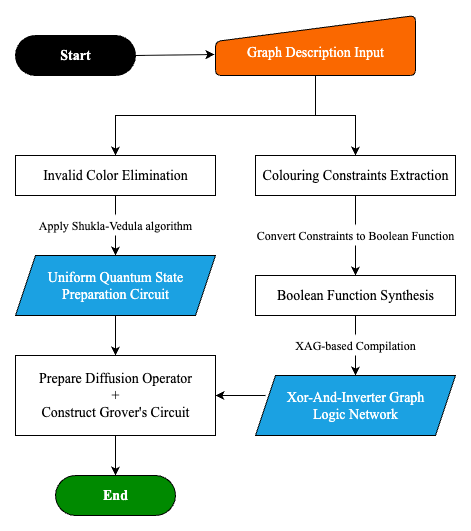
This is docs/vcgc_workflow.png from TheBarzani/logique, a draw.io export, as it was before one commit. Source tidied: cells renumbered, new cells last; positions are measured from the earlier drawing's top-left corner, leaving out a move shared by most shapes.
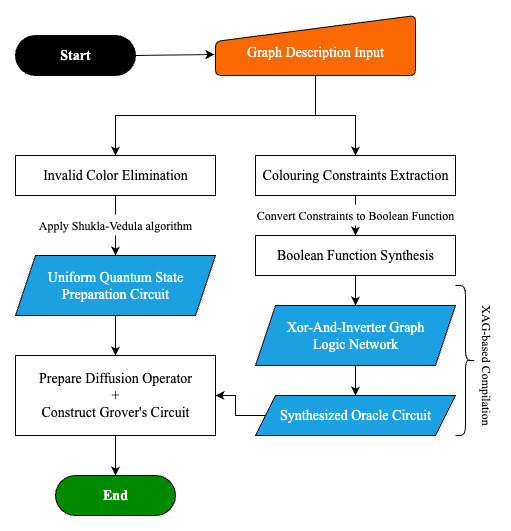
Above is the later version.

The edit, as a diff of the source:
```diff
@@ -2,25 +2,28 @@
   <root>
     <mxCell id="0" />
     <mxCell id="1" parent="0" />
-    <mxCell id="2" style="group;fontFamily=Times New Roman;fontSize=14;" parent="1" vertex="1">
-      <mxGeometry width="440" height="500" as="geometry" />
-    </mxCell>
+    <mxCell id="24" style="group;" parent="1" vertex="1">
+      <mxGeometry width="480" height="500" as="geometry" />
+    </mxCell>
-    <mxCell id="3" value="&lt;font style=&quot;color: rgb(255, 255, 255);&quot;&gt;&lt;b&gt;Start&lt;/b&gt;&lt;/font&gt;" style="html=1;dashed=0;whiteSpace=wrap;shape=mxgraph.dfd.start;fillColor=#000000;fontColor=#ffffff;strokeColor=#000000;fontFamily=Times New Roman;fontSize=14;" parent="2" vertex="1">
+    <mxCell id="3" value="&lt;font style=&quot;color: rgb(255, 255, 255);&quot;&gt;&lt;b&gt;Start&lt;/b&gt;&lt;/font&gt;" style="html=1;dashed=0;whiteSpace=wrap;shape=mxgraph.dfd.start;fillColor=#000000;fontColor=#ffffff;strokeColor=#000000;fontFamily=Times New Roman;fontSize=14;" parent="24" vertex="1">
       <mxGeometry y="20" width="120" height="40" as="geometry" />
     </mxCell>
-    <mxCell id="4" value="&lt;b&gt;&lt;font style=&quot;color: rgb(255, 255, 255);&quot;&gt;End&lt;/font&gt;&lt;/b&gt;" style="html=1;dashed=0;whiteSpace=wrap;shape=mxgraph.dfd.start;fillColor=#008a00;fontColor=#ffffff;strokeColor=#000000;fontFamily=Times New Roman;fontSize=14;" parent="2" vertex="1">
+    <mxCell id="4" value="&lt;b&gt;&lt;font style=&quot;color: rgb(255, 255, 255);&quot;&gt;End&lt;/font&gt;&lt;/b&gt;" style="html=1;dashed=0;whiteSpace=wrap;shape=mxgraph.dfd.start;fillColor=#008a00;fontColor=#ffffff;strokeColor=#000000;fontFamily=Times New Roman;fontSize=14;" parent="24" vertex="1">
       <mxGeometry x="40" y="460" width="120" height="40" as="geometry" />
     </mxCell>
-    <mxCell id="5" value="&lt;font&gt;Graph Description Input&lt;/font&gt;" style="html=1;strokeWidth=1;shape=manualInput;whiteSpace=wrap;rounded=1;size=26;arcSize=11;spacing=2;spacingBottom=-13;fillColor=#fa6800;fontColor=#FFFFFF;strokeColor=#000000;fontFamily=Times New Roman;fontSize=14;" parent="2" vertex="1">
+    <mxCell id="5" value="&lt;font&gt;Graph Description Input&lt;/font&gt;" style="html=1;strokeWidth=1;shape=manualInput;whiteSpace=wrap;rounded=1;size=26;arcSize=11;spacing=2;spacingBottom=-13;fillColor=#fa6800;fontColor=#FFFFFF;strokeColor=#000000;fontFamily=Times New Roman;fontSize=14;" parent="24" vertex="1">
       <mxGeometry x="200" width="200" height="60" as="geometry" />
     </mxCell>
-    <mxCell id="6" value="&lt;font face=&quot;Times New Roman&quot; style=&quot;font-size: 14px;&quot;&gt;Invalid Color Elimination&lt;/font&gt;" style="rounded=0;whiteSpace=wrap;html=1;" parent="2" vertex="1">
+    <mxCell id="6" value="&lt;font face=&quot;Times New Roman&quot; style=&quot;font-size: 14px;&quot;&gt;Invalid Color Elimination&lt;/font&gt;" style="rounded=0;whiteSpace=wrap;html=1;" parent="24" vertex="1">
       <mxGeometry y="140" width="200" height="40" as="geometry" />
     </mxCell>
+    <mxCell id="12" style="edgeStyle=orthogonalEdgeStyle;rounded=0;jettySize=auto;html=1;exitX=0.5;exitY=1;exitDx=0;exitDy=0;entryX=0.5;entryY=0;entryDx=0;entryDy=0;" parent="24" edge="1" source="7" target="11">
+      <mxGeometry relative="1" as="geometry" />
+    </mxCell>
-    <mxCell id="7" value="&lt;font face=&quot;Times New Roman&quot; style=&quot;font-size: 14px;&quot;&gt;Colouring Constraints Extraction&lt;/font&gt;" style="rounded=0;whiteSpace=wrap;html=1;" parent="2" vertex="1">
+    <mxCell id="7" value="&lt;font face=&quot;Times New Roman&quot; style=&quot;font-size: 14px;&quot;&gt;Colouring Constraints Extraction&lt;/font&gt;" style="rounded=0;whiteSpace=wrap;html=1;" parent="24" vertex="1">
       <mxGeometry x="240" y="140" width="200" height="40" as="geometry" />
     </mxCell>
-    <mxCell id="8" style="endArrow=classic;html=1;rounded=0;exitX=0.5;exitY=1;exitDx=0;exitDy=0;entryX=0.5;entryY=0;entryDx=0;entryDy=0;" parent="2" edge="1" source="5" target="6">
+    <mxCell id="8" style="endArrow=classic;html=1;rounded=0;exitX=0.5;exitY=1;exitDx=0;exitDy=0;entryX=0.5;entryY=0;entryDx=0;entryDy=0;" parent="24" edge="1" source="5" target="6">
       <mxGeometry relative="1" as="geometry">
         <Array as="points">
           <mxPoint x="300" y="100" />
@@ -29,7 +32,7 @@
         </Array>
       </mxGeometry>
     </mxCell>
-    <mxCell id="9" style="endArrow=classic;html=1;rounded=0;exitX=0.5;exitY=1;exitDx=0;exitDy=0;entryX=0.5;entryY=0;entryDx=0;entryDy=0;" parent="2" edge="1" source="5" target="7">
+    <mxCell id="9" style="endArrow=classic;html=1;rounded=0;exitX=0.5;exitY=1;exitDx=0;exitDy=0;entryX=0.5;entryY=0;entryDx=0;entryDy=0;" parent="24" edge="1" source="5" target="7">
       <mxGeometry relative="1" as="geometry">
         <Array as="points">
           <mxPoint x="300" y="100" />
@@ -37,49 +40,56 @@
         </Array>
       </mxGeometry>
     </mxCell>
-    <mxCell id="10" style="edgeStyle=orthogonalEdgeStyle;rounded=0;jettySize=auto;html=1;" parent="2" edge="1" source="11" target="18">
+    <mxCell id="10" style="edgeStyle=orthogonalEdgeStyle;rounded=0;jettySize=auto;html=1;" parent="24" edge="1" source="11" target="18">
       <mxGeometry relative="1" as="geometry" />
     </mxCell>
-    <mxCell id="11" value="&lt;font style=&quot;font-size: 14px;&quot; face=&quot;Times New Roman&quot;&gt;Boolean Function Synthesis&lt;/font&gt;" style="rounded=0;whiteSpace=wrap;html=1;" parent="2" vertex="1">
-      <mxGeometry x="240" y="260" width="200" height="40" as="geometry" />
+    <mxCell id="11" value="&lt;font style=&quot;font-size: 14px;&quot; face=&quot;Times New Roman&quot;&gt;Boolean Function Synthesis&lt;/font&gt;" style="rounded=0;whiteSpace=wrap;html=1;" parent="24" vertex="1">
+      <mxGeometry x="240" y="220" width="200" height="40" as="geometry" />
     </mxCell>
-    <mxCell id="12" style="endArrow=classic;html=1;rounded=0;exitX=0.5;exitY=1;exitDx=0;exitDy=0;entryX=0.5;entryY=0;entryDx=0;entryDy=0;" parent="2" edge="1" source="7" target="11">
-      <mxGeometry relative="1" as="geometry" />
-    </mxCell>
-    <mxCell id="13" value="&lt;font face=&quot;Times New Roman&quot;&gt;Convert Constraints to Boolean Function&lt;/font&gt;" style="text;html=1;align=center;verticalAlign=middle;whiteSpace=wrap;rounded=0;fillColor=default;glass=1;" parent="2" vertex="1">
-      <mxGeometry x="240" y="210" width="200" height="20" as="geometry" />
+    <mxCell id="13" value="&lt;font face=&quot;Times New Roman&quot;&gt;Convert Constraints to Boolean Function&lt;/font&gt;" style="text;html=1;align=center;verticalAlign=middle;whiteSpace=wrap;rounded=0;fillColor=default;glass=1;" parent="24" vertex="1">
+      <mxGeometry x="240" y="190" width="200" height="20" as="geometry" />
     </mxCell>
-    <mxCell id="14" style="edgeStyle=orthogonalEdgeStyle;rounded=0;jettySize=auto;html=1;" parent="2" edge="1" source="15" target="21">
+    <mxCell id="14" style="edgeStyle=orthogonalEdgeStyle;rounded=0;jettySize=auto;html=1;" parent="24" edge="1" source="15" target="21">
       <mxGeometry relative="1" as="geometry" />
     </mxCell>
-    <mxCell id="15" value="&lt;font style=&quot;color: rgb(255, 255, 255);&quot;&gt;Uniform Quantum State &lt;br&gt;Preparation Circuit&lt;/font&gt;" style="shape=parallelogram;perimeter=parallelogramPerimeter;whiteSpace=wrap;html=1;fixedSize=1;fillColor=#1ba1e2;fontColor=#ffffff;strokeColor=#000000;fontSize=14;fontFamily=Times New Roman;" parent="2" vertex="1">
+    <mxCell id="15" value="&lt;font style=&quot;color: rgb(255, 255, 255);&quot;&gt;Uniform Quantum State &lt;br&gt;Preparation Circuit&lt;/font&gt;" style="shape=parallelogram;perimeter=parallelogramPerimeter;whiteSpace=wrap;html=1;fixedSize=1;fillColor=#1ba1e2;fontColor=#ffffff;strokeColor=#000000;fontSize=14;fontFamily=Times New Roman;" parent="24" vertex="1">
       <mxGeometry y="240" width="200" height="60" as="geometry" />
     </mxCell>
-    <mxCell id="16" style="endArrow=classic;html=1;rounded=0;exitX=0.5;exitY=1;exitDx=0;exitDy=0;entryX=0.5;entryY=0;entryDx=0;entryDy=0;" parent="2" edge="1" source="6" target="15">
+    <mxCell id="16" style="endArrow=classic;html=1;rounded=0;exitX=0.5;exitY=1;exitDx=0;exitDy=0;entryX=0.5;entryY=0;entryDx=0;entryDy=0;" parent="24" edge="1" source="6" target="15">
       <mxGeometry relative="1" as="geometry" />
     </mxCell>
-    <mxCell id="17" value="&lt;span id=&quot;docs-internal-guid-44c93066-7fff-e508-308d-ffb9673139fe&quot;&gt;&lt;span style=&quot;font-family: &amp;quot;Times New Roman&amp;quot;, serif; background-color: transparent; font-variant-numeric: normal; font-variant-east-asian: normal; font-variant-alternates: normal; font-variant-position: normal; font-variant-emoji: normal; vertical-align: baseline; white-space-collapse: preserve;&quot;&gt;&lt;font&gt;Apply Shukla-Vedula algorithm&lt;/font&gt;&lt;/span&gt;&lt;/span&gt;" style="text;html=1;align=center;verticalAlign=middle;whiteSpace=wrap;rounded=0;fillColor=default;glass=1;" parent="2" vertex="1">
+    <mxCell id="17" value="&lt;span id=&quot;docs-internal-guid-44c93066-7fff-e508-308d-ffb9673139fe&quot;&gt;&lt;span style=&quot;font-family: &amp;quot;Times New Roman&amp;quot;, serif; background-color: transparent; font-variant-numeric: normal; font-variant-east-asian: normal; font-variant-alternates: normal; font-variant-position: normal; font-variant-emoji: normal; vertical-align: baseline; white-space-collapse: preserve;&quot;&gt;&lt;font&gt;Apply Shukla-Vedula algorithm&lt;/font&gt;&lt;/span&gt;&lt;/span&gt;" style="text;html=1;align=center;verticalAlign=middle;whiteSpace=wrap;rounded=0;fillColor=default;glass=1;" parent="24" vertex="1">
       <mxGeometry y="200" width="200" height="20" as="geometry" />
     </mxCell>
+    <mxCell id="25" style="edgeStyle=orthogonalEdgeStyle;rounded=0;jettySize=auto;html=1;" parent="24" edge="1" source="18" target="28">
+      <mxGeometry relative="1" as="geometry" />
+    </mxCell>
-    <mxCell id="18" value="&lt;font style=&quot;color: rgb(255, 255, 255);&quot;&gt;&lt;span&gt;Xor-And-Inverter Graph &lt;br&gt;Logic Network&lt;/span&gt;&lt;/font&gt;" style="shape=parallelogram;perimeter=parallelogramPerimeter;whiteSpace=wrap;html=1;fixedSize=1;fillColor=#1ba1e2;fontColor=#ffffff;strokeColor=#000000;fontSize=14;fontFamily=Times New Roman;" parent="2" vertex="1">
-      <mxGeometry x="240" y="360" width="200" height="60" as="geometry" />
+    <mxCell id="18" value="&lt;font style=&quot;color: rgb(255, 255, 255);&quot;&gt;&lt;span&gt;Xor-And-Inverter Graph &lt;br&gt;Logic Network&lt;/span&gt;&lt;/font&gt;" style="shape=parallelogram;perimeter=parallelogramPerimeter;whiteSpace=wrap;html=1;fixedSize=1;fillColor=#1ba1e2;fontColor=#ffffff;strokeColor=#000000;fontSize=14;fontFamily=Times New Roman;" parent="24" vertex="1">
+      <mxGeometry x="240" y="290" width="200" height="60" as="geometry" />
     </mxCell>
-    <mxCell id="19" value="&lt;span id=&quot;docs-internal-guid-44c93066-7fff-e508-308d-ffb9673139fe&quot;&gt;&lt;span style=&quot;font-family: &amp;quot;Times New Roman&amp;quot;, serif; background-color: transparent; font-variant-numeric: normal; font-variant-east-asian: normal; font-variant-alternates: normal; font-variant-position: normal; font-variant-emoji: normal; vertical-align: baseline; white-space-collapse: preserve;&quot;&gt;&lt;font&gt;XAG-based Compilation&lt;/font&gt;&lt;/span&gt;&lt;/span&gt;" style="text;html=1;align=center;verticalAlign=middle;whiteSpace=wrap;rounded=0;fillColor=default;glass=1;" parent="2" vertex="1">
-      <mxGeometry x="240" y="320" width="200" height="20" as="geometry" />
+    <mxCell id="19" value="&lt;span id=&quot;docs-internal-guid-44c93066-7fff-e508-308d-ffb9673139fe&quot;&gt;&lt;span style=&quot;font-family: &amp;quot;Times New Roman&amp;quot;, serif; background-color: transparent; font-variant-numeric: normal; font-variant-east-asian: normal; font-variant-alternates: normal; font-variant-position: normal; font-variant-emoji: normal; vertical-align: baseline; white-space-collapse: preserve;&quot;&gt;&lt;font&gt;XAG-based Compilation&lt;/font&gt;&lt;/span&gt;&lt;/span&gt;" style="text;html=1;align=center;verticalAlign=middle;whiteSpace=wrap;rounded=0;fillColor=default;glass=1;rotation=90;" parent="24" vertex="1">
+      <mxGeometry x="370" y="340" width="200" height="20" as="geometry" />
     </mxCell>
-    <mxCell id="20" style="edgeStyle=orthogonalEdgeStyle;rounded=0;jettySize=auto;html=1;exitX=0.5;exitY=1;exitDx=0;exitDy=0;" parent="2" edge="1" source="21" target="4">
+    <mxCell id="20" style="edgeStyle=orthogonalEdgeStyle;rounded=0;jettySize=auto;html=1;exitX=0.5;exitY=1;exitDx=0;exitDy=0;" parent="24" edge="1" source="21" target="4">
       <mxGeometry relative="1" as="geometry" />
     </mxCell>
-    <mxCell id="21" value="&lt;font style=&quot;font-size: 14px;&quot; face=&quot;Times New Roman&quot;&gt;Prepare Diffusion Operator&lt;/font&gt;&lt;div&gt;&lt;font style=&quot;font-size: 14px;&quot; face=&quot;Times New Roman&quot;&gt;+&lt;/font&gt;&lt;/div&gt;&lt;div&gt;&lt;font style=&quot;font-size: 14px;&quot; face=&quot;Times New Roman&quot;&gt;Construct Grover's Circuit&lt;/font&gt;&lt;/div&gt;" style="rounded=0;whiteSpace=wrap;html=1;" parent="2" vertex="1">
+    <mxCell id="21" value="&lt;font style=&quot;font-size: 14px;&quot; face=&quot;Times New Roman&quot;&gt;Prepare Diffusion Operator&lt;/font&gt;&lt;div&gt;&lt;font style=&quot;font-size: 14px;&quot; face=&quot;Times New Roman&quot;&gt;+&lt;/font&gt;&lt;/div&gt;&lt;div&gt;&lt;font style=&quot;font-size: 14px;&quot; face=&quot;Times New Roman&quot;&gt;Construct Grover's Circuit&lt;/font&gt;&lt;/div&gt;" style="rounded=0;whiteSpace=wrap;html=1;" parent="24" vertex="1">
       <mxGeometry y="340" width="200" height="80" as="geometry" />
     </mxCell>
-    <mxCell id="22" style="endArrow=classic;html=1;rounded=0;entryX=1;entryY=0.5;entryDx=0;entryDy=0;" parent="2" edge="1" target="21">
-      <mxGeometry relative="1" as="geometry">
-        <mxPoint x="250" y="380" as="sourcePoint" />
-      </mxGeometry>
-    </mxCell>
-    <mxCell id="23" style="endArrow=classic;html=1;rounded=0;exitX=1;exitY=0.5;exitDx=0;exitDy=0;exitPerimeter=0;entryX=-0.005;entryY=0.65;entryDx=0;entryDy=0;entryPerimeter=0;" parent="2" edge="1" source="3" target="5">
+    <mxCell id="23" style="endArrow=classic;html=1;rounded=0;exitX=1;exitY=0.5;exitDx=0;exitDy=0;exitPerimeter=0;entryX=-0.005;entryY=0.65;entryDx=0;entryDy=0;entryPerimeter=0;" parent="24" edge="1" source="3" target="5">
       <mxGeometry relative="1" as="geometry" />
     </mxCell>
+    <mxCell id="26" style="edgeStyle=orthogonalEdgeStyle;rounded=0;orthogonalLoop=1;jettySize=auto;html=1;exitX=0.5;exitY=1;exitDx=0;exitDy=0;" parent="24" edge="1" source="13" target="13">
+      <mxGeometry relative="1" as="geometry" />
+    </mxCell>
+    <mxCell id="27" style="edgeStyle=orthogonalEdgeStyle;rounded=0;jettySize=auto;html=1;" parent="24" edge="1" source="28" target="21">
+      <mxGeometry relative="1" as="geometry" />
+    </mxCell>
+    <mxCell id="28" value="Synthesized Oracle Circuit" style="shape=parallelogram;perimeter=parallelogramPerimeter;whiteSpace=wrap;html=1;fixedSize=1;fillColor=#1ba1e2;fontColor=#ffffff;strokeColor=#000000;fontSize=14;fontFamily=Times New Roman;" parent="24" vertex="1">
+      <mxGeometry x="240" y="380" width="200" height="40" as="geometry" />
+    </mxCell>
+    <mxCell id="29" style="shape=curlyBracket;whiteSpace=wrap;html=1;rounded=1;flipH=1;labelPosition=right;verticalLabelPosition=middle;align=left;verticalAlign=middle;" parent="24" vertex="1">
+      <mxGeometry x="440" y="270" width="20" height="150" as="geometry" />
+    </mxCell>
   </root>
 </mxGraphModel>
```
